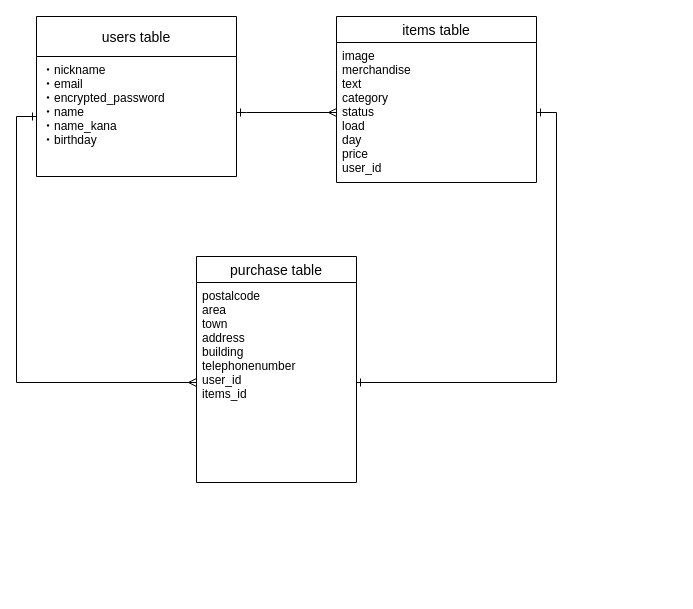
konishitaku/furima-36579 keeps this draw.io diagram as ER.dio. Above is the earlier version. Source tidied: cells renumbered, new cells numbered last; positions are measured from the earlier drawing's top-left corner, leaving out a move shared by most shapes. Both pictures are drawn from the tidied source at 100%, with x=0, y=0 at pixel (36, 16).
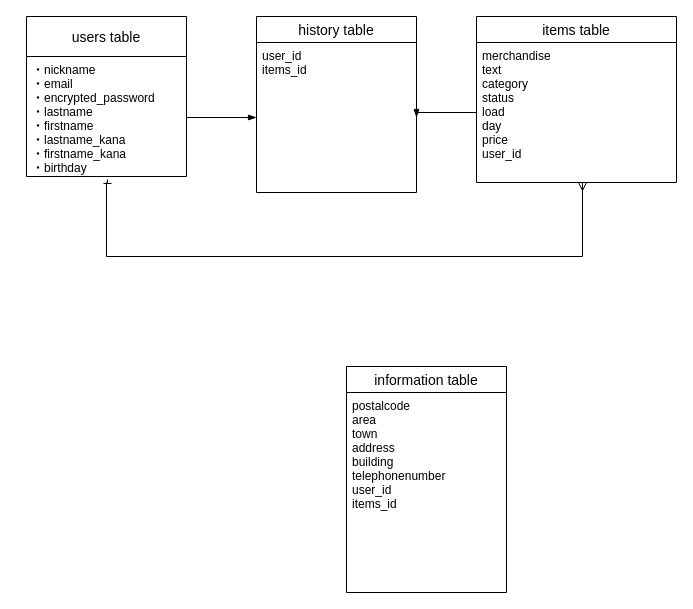
The same diagram, later.

What changed in the source:
```diff
@@
 <mxGraphModel>
   <root>
     <mxCell id="0" />
     <mxCell id="1" parent="0" />
     <mxCell id="2" value="users table" style="swimlane;fontStyle=0;horizontal=1;startSize=40;align=center;fontSize=14;" parent="1" vertex="1">
-      <mxGeometry width="200" height="160" as="geometry" />
+      <mxGeometry x="-10" width="160" height="160" as="geometry" />
     </mxCell>
-    <mxCell id="3" value="・nickname&#10;・email&#10;・encrypted_password&#10;・name&#10;・name_kana&#10;・birthday&#10;&#10;" style="text;strokeColor=none;fillColor=none;spacingLeft=4;spacingRight=4;overflow=hidden;points=[[0,0.5],[1,0.5]];portConstraint=eastwest;fontSize=12;" parent="2" vertex="1">
-      <mxGeometry y="40" width="200" height="120" as="geometry" />
+    <mxCell id="3" value="・nickname&#10;・email&#10;・encrypted_password&#10;・lastname&#10;・firstname&#10;・lastname_kana&#10;・firstname_kana&#10;・birthday&#10;&#10;" style="text;strokeColor=none;fillColor=none;spacingLeft=4;spacingRight=4;overflow=hidden;points=[[0,0.5],[1,0.5]];portConstraint=eastwest;fontSize=12;" parent="2" vertex="1">
+      <mxGeometry y="40" width="160" height="120" as="geometry" />
     </mxCell>
     <mxCell id="4" value="items table" style="swimlane;fontStyle=0;horizontal=1;startSize=26;align=center;fontSize=14;" parent="1" vertex="1">
-      <mxGeometry x="300" width="200" height="166" as="geometry" />
+      <mxGeometry x="440" width="200" height="166" as="geometry" />
     </mxCell>
+    <mxCell id="9" value="merchandise&#10;text&#10;category&#10;status&#10;load&#10;day&#10;price&#10;user_id" style="text;strokeColor=none;fillColor=none;spacingLeft=4;spacingRight=4;overflow=hidden;points=[[0,0.5],[1,0.5]];portConstraint=eastwest;fontSize=12;" parent="4" vertex="1">
+      <mxGeometry y="26" width="200" height="140" as="geometry" />
+    </mxCell>
-    <mxCell id="5" value="purchase table" style="swimlane;fontStyle=0;horizontal=1;startSize=26;align=center;fontSize=14;" parent="1" vertex="1">
-      <mxGeometry x="160" y="240" width="160" height="226" as="geometry" />
+    <mxCell id="5" value="information table" style="swimlane;fontStyle=0;horizontal=1;startSize=26;align=center;fontSize=14;" parent="1" vertex="1">
+      <mxGeometry x="310" y="350" width="160" height="226" as="geometry" />
     </mxCell>
     <mxCell id="6" value="postalcode&#10;area&#10;town&#10;address&#10;building&#10;telephonenumber&#10;user_id&#10;items_id" style="text;strokeColor=none;fillColor=none;spacingLeft=4;spacingRight=4;overflow=hidden;points=[[0,0.5],[1,0.5]];portConstraint=eastwest;fontSize=12;" parent="5" vertex="1">
       <mxGeometry y="26" width="160" height="200" as="geometry" />
     </mxCell>
+    <mxCell id="10" value="history table" style="swimlane;fontStyle=0;horizontal=1;startSize=26;align=center;fontSize=14;" parent="1" vertex="1">
+      <mxGeometry x="220" width="160" height="176" as="geometry" />
+    </mxCell>
+    <mxCell id="11" value="user_id&#10;items_id" style="text;strokeColor=none;fillColor=none;spacingLeft=4;spacingRight=4;overflow=hidden;points=[[0,0.5],[1,0.5]];portConstraint=eastwest;fontSize=12;" parent="10" vertex="1">
+      <mxGeometry y="26" width="160" height="150" as="geometry" />
+    </mxCell>
+    <mxCell id="12" style="edgeStyle=orthogonalEdgeStyle;rounded=0;jettySize=auto;html=1;exitX=1;exitY=0.5;exitDx=0;exitDy=0;entryX=0;entryY=0.5;entryDx=0;entryDy=0;endArrow=blockThin;endFill=1;" parent="1" edge="1" source="3" target="11">
+      <mxGeometry relative="1" as="geometry">
+        <Array as="points">
+          <mxPoint x="150" y="101" />
+        </Array>
+      </mxGeometry>
+    </mxCell>
+    <mxCell id="13" style="edgeStyle=orthogonalEdgeStyle;rounded=0;jettySize=auto;html=1;exitX=1;exitY=0.5;exitDx=0;exitDy=0;entryX=0;entryY=0.5;entryDx=0;entryDy=0;endArrow=none;endFill=0;startArrow=blockThin;startFill=1;" parent="1" edge="1" source="11" target="9">
+      <mxGeometry relative="1" as="geometry">
+        <Array as="points">
+          <mxPoint x="380" y="96" />
+        </Array>
+      </mxGeometry>
+    </mxCell>
-    <mxCell id="7" style="edgeStyle=orthogonalEdgeStyle;rounded=0;jettySize=auto;html=1;entryX=0;entryY=0.5;entryDx=0;entryDy=0;endArrow=ERmany;endFill=0;startArrow=ERone;startFill=0;" parent="1" edge="1" source="3" target="9">
+    <mxCell id="7" style="edgeStyle=orthogonalEdgeStyle;rounded=0;jettySize=auto;html=1;exitX=0.506;exitY=1.025;exitDx=0;exitDy=0;entryX=0.53;entryY=1;entryDx=0;entryDy=0;entryPerimeter=0;startArrow=ERone;startFill=0;endArrow=ERmany;endFill=0;exitPerimeter=0;" parent="1" edge="1" source="3" target="9">
       <mxGeometry relative="1" as="geometry">
         <Array as="points">
-          <mxPoint x="210" y="96" />
-          <mxPoint x="210" y="96" />
+          <mxPoint x="71" y="166" />
+          <mxPoint x="70" y="166" />
+          <mxPoint x="70" y="240" />
+          <mxPoint x="546" y="240" />
         </Array>
       </mxGeometry>
     </mxCell>
-    <mxCell id="8" style="edgeStyle=orthogonalEdgeStyle;rounded=0;jettySize=auto;html=1;exitX=1;exitY=0.5;exitDx=0;exitDy=0;startArrow=ERone;startFill=0;endArrow=ERone;endFill=0;" parent="1" edge="1" source="9" target="6">
-      <mxGeometry relative="1" as="geometry" />
-    </mxCell>
-    <mxCell id="9" value="image&#10;merchandise&#10;text&#10;category&#10;status&#10;load&#10;day&#10;price&#10;user_id" style="text;strokeColor=none;fillColor=none;spacingLeft=4;spacingRight=4;overflow=hidden;points=[[0,0.5],[1,0.5]];portConstraint=eastwest;fontSize=12;" parent="1" vertex="1">
-      <mxGeometry x="300" y="26" width="200" height="140" as="geometry" />
-    </mxCell>
-    <mxCell id="10" style="edgeStyle=orthogonalEdgeStyle;rounded=0;jettySize=auto;html=1;exitX=0;exitY=0.5;exitDx=0;exitDy=0;startArrow=ERone;startFill=0;endArrow=ERmany;endFill=0;" parent="1" edge="1" source="3" target="6">
-      <mxGeometry relative="1" as="geometry" />
-    </mxCell>
   </root>
 </mxGraphModel>
```
